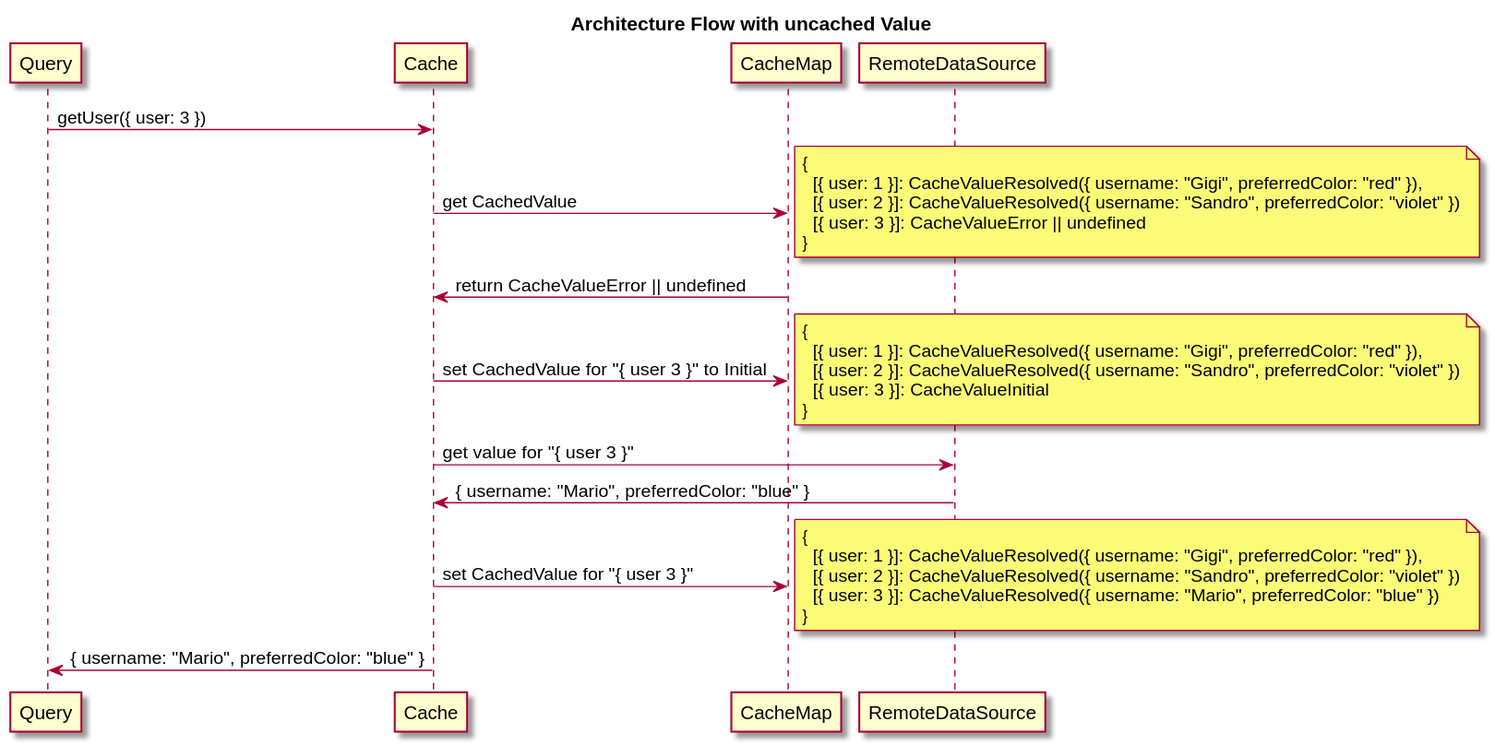
buildo/avenger keeps this PlantUML diagram as docs/Uncached or Error Value.svg. Above is the earlier version.
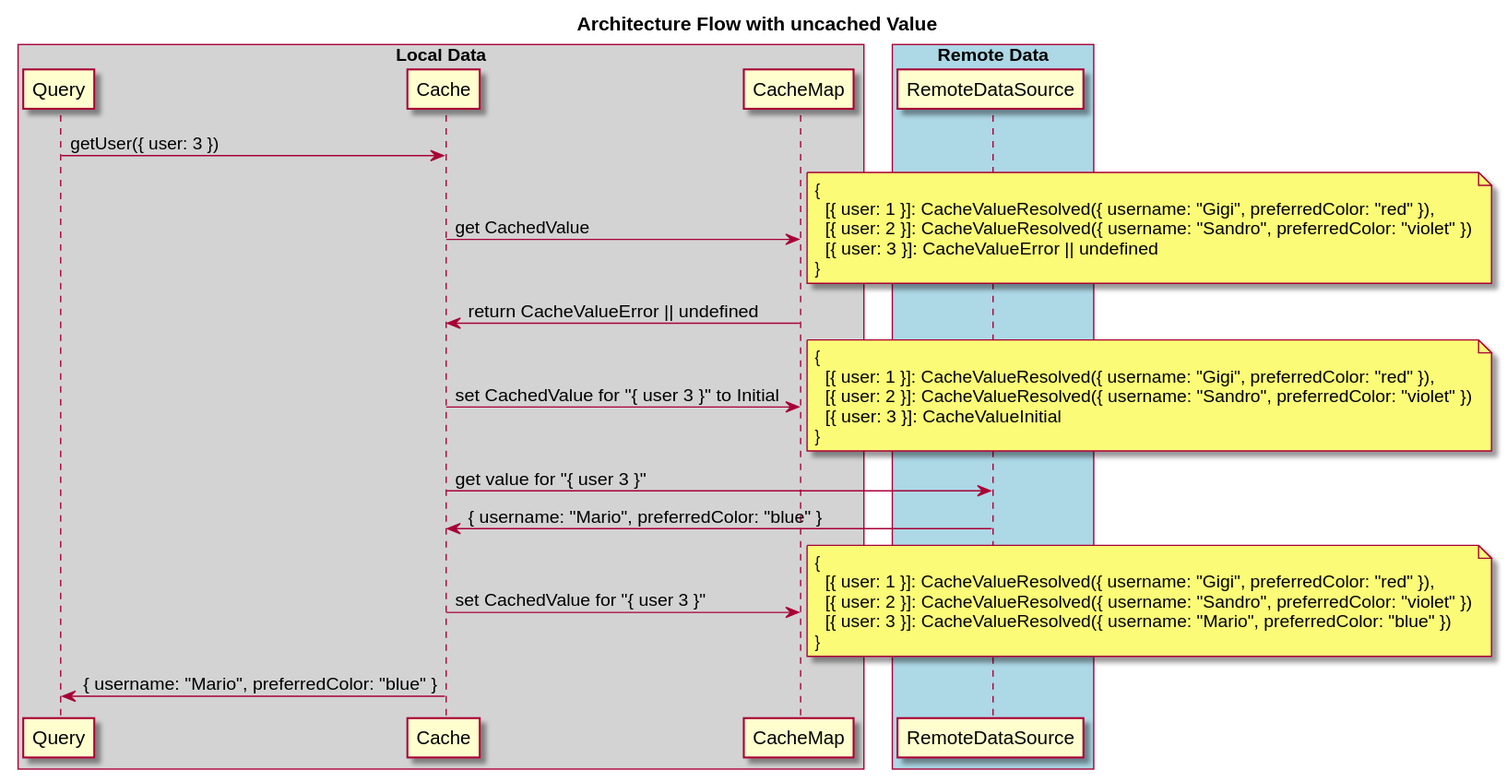
The same diagram one commit later.

Change to the diagram source:
```diff
@@ -1,12 +1,19 @@
 @startuml "Uncached or Error Value"
+skinparam BoxPadding 10
 
 title
 Architecture Flow with uncached Value
 end title
+
+box "Local Data" #LightGray
 participant Query
 participant Cache
 participant CacheMap
+end box
+
+box "Remote Data" #LightBlue
 participant RemoteDataSource
+end box
 
 Query -> Cache : getUser({ user: 3 })
 Cache -> CacheMap : get CachedValue
```
